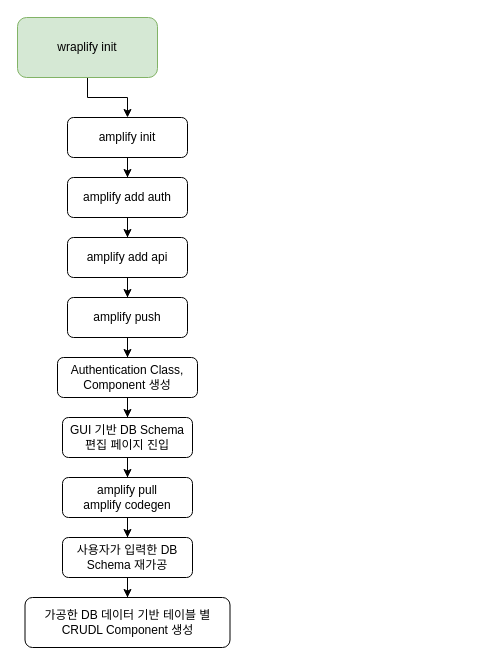
This is Untitled Diagram.drawio from The-CAUest/wraplify, a draw.io file, before an edit. Source tidied: cells renumbered, new cells numbered last; positions are measured from the earlier drawing's top-left corner, leaving out a move shared by most shapes. Both pictures are drawn from the tidied source at 100%, with x=0, y=0 at pixel (17, 17).
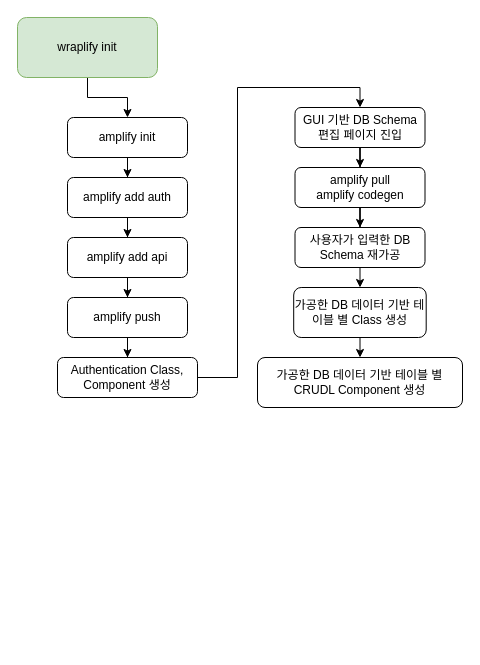
After the change.

The change refers to these unchanged cells:
```xml
<mxCell id="13" value="Authentication Class, Component 생성" style="rounded=1;whiteSpace=wrap;html=1;fontSize=12;glass=0;strokeWidth=1;shadow=0;" parent="1" vertex="1">
  <mxGeometry x="40" y="340" width="140" height="40" as="geometry" />
</mxCell>
```

The edit, as a diff of the source:
```diff
@@
-    <mxCell id="12" style="edgeStyle=orthogonalEdgeStyle;rounded=0;jettySize=auto;html=1;" parent="1" edge="1" source="13" target="15">
-      <mxGeometry relative="1" as="geometry" />
+    <mxCell id="12" style="edgeStyle=orthogonalEdgeStyle;rounded=0;jettySize=auto;html=1;entryX=0.5;entryY=0;entryDx=0;entryDy=0;" parent="1" edge="1" source="13" target="15">
+      <mxGeometry relative="1" as="geometry">
+        <Array as="points">
+          <mxPoint x="220" y="360" />
+          <mxPoint x="220" y="70" />
+          <mxPoint x="343" y="70" />
+        </Array>
+      </mxGeometry>
     </mxCell>
@@
     <mxCell id="15" value="GUI 기반 DB Schema 편집 페이지 진입" style="rounded=1;whiteSpace=wrap;html=1;fontSize=12;glass=0;strokeWidth=1;shadow=0;" parent="1" vertex="1">
-      <mxGeometry x="45" y="400" width="130" height="40" as="geometry" />
+      <mxGeometry x="277.5" y="90" width="130" height="40" as="geometry" />
     </mxCell>
@@
     <mxCell id="17" value="amplify pull&lt;br&gt;amplify codegen" style="rounded=1;whiteSpace=wrap;html=1;fontSize=12;glass=0;strokeWidth=1;shadow=0;" parent="1" vertex="1">
-      <mxGeometry x="45" y="460" width="130" height="40" as="geometry" />
+      <mxGeometry x="277.5" y="150" width="130" height="40" as="geometry" />
     </mxCell>
@@
     <mxCell id="19" value="사용자가 입력한 DB Schema 재가공" style="rounded=1;whiteSpace=wrap;html=1;fontSize=12;glass=0;strokeWidth=1;shadow=0;" parent="1" vertex="1">
-      <mxGeometry x="45" y="520" width="130" height="40" as="geometry" />
+      <mxGeometry x="277.5" y="210" width="130" height="40" as="geometry" />
     </mxCell>
+    <mxCell id="21" style="edgeStyle=orthogonalEdgeStyle;rounded=0;jettySize=auto;html=1;" parent="1" edge="1" source="20" target="22">
+      <mxGeometry relative="1" as="geometry" />
+    </mxCell>
-    <mxCell id="20" value="가공한 DB 데이터 기반 테이블 별 CRUDL Component 생성" style="rounded=1;whiteSpace=wrap;html=1;fontSize=12;glass=0;strokeWidth=1;shadow=0;" parent="1" vertex="1">
-      <mxGeometry x="7.5" y="580" width="205" height="50" as="geometry" />
+    <mxCell id="20" value="가공한 DB 데이터 기반 테이블 별 Class 생성" style="rounded=1;whiteSpace=wrap;html=1;fontSize=12;glass=0;strokeWidth=1;shadow=0;" parent="1" vertex="1">
+      <mxGeometry x="276.2" y="270" width="132.5" height="50" as="geometry" />
     </mxCell>
+    <mxCell id="22" value="가공한 DB 데이터 기반 테이블 별 CRUDL Component 생성" style="rounded=1;whiteSpace=wrap;html=1;fontSize=12;glass=0;strokeWidth=1;shadow=0;" parent="1" vertex="1">
+      <mxGeometry x="240" y="340" width="205" height="50" as="geometry" />
+    </mxCell>
```
